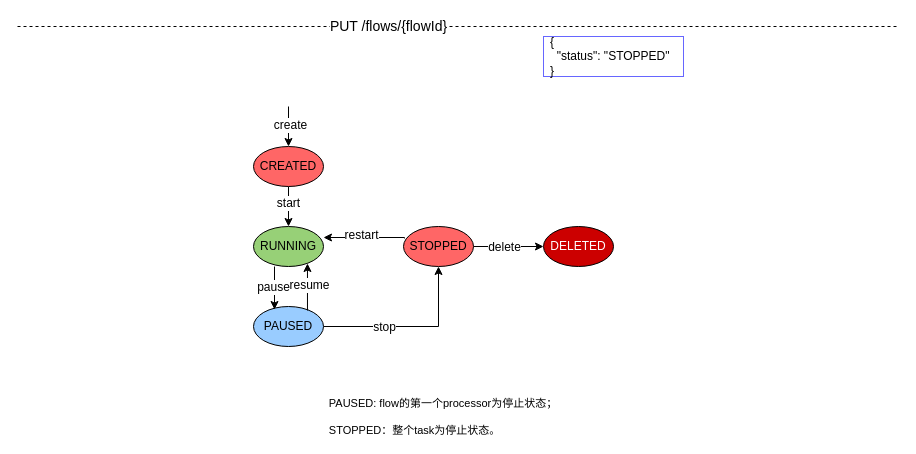
The draw.io diagram page "状态转换" (12 of 13) of 自助式接入.drawio in dophinlife/drawio, before the edit. Source tidied: cells renumbered, new cells numbered last; positions are measured from the earlier drawing's top-left corner, leaving out a move shared by most shapes. Both pictures are drawn from the tidied source at 100%, with x=0, y=0 at pixel (17, 26).
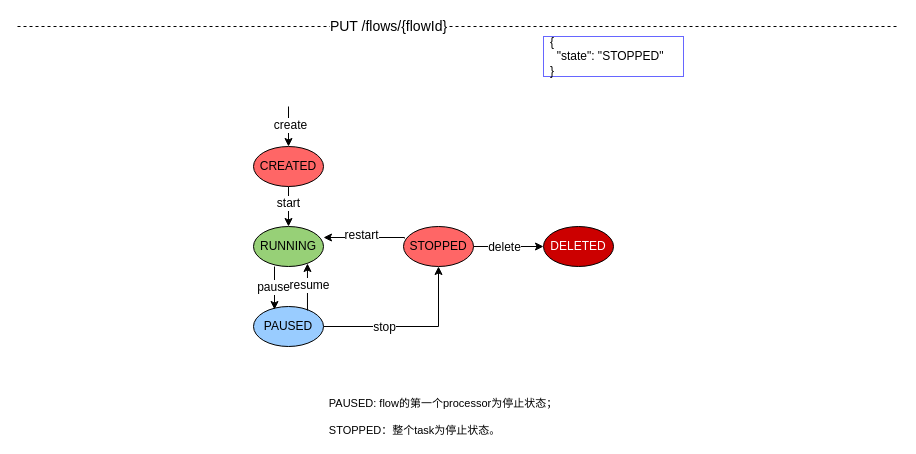
The same diagram, later.

The change refers to these unchanged cells:
```xml
<mxCell id="24" style="group;" parent="1" vertex="1">
  <mxGeometry x="526" y="10" width="140" height="40" as="geometry" />
</mxCell>
```

The edit, as a diff of the source:
```diff
@@
-    <mxCell id="26" value="&lt;div&gt;{&lt;/div&gt;&lt;div&gt;&amp;nbsp; &quot;status&quot;: &quot;STOPPED&quot;&lt;/div&gt;&lt;div&gt;}&lt;/div&gt;" style="text;html=1;strokeColor=none;fillColor=none;align=left;verticalAlign=middle;whiteSpace=wrap;rounded=0;" parent="24" vertex="1">
+    <mxCell id="26" value="&lt;div&gt;{&lt;/div&gt;&lt;div&gt;&amp;nbsp; &quot;state&quot;: &quot;STOPPED&quot;&lt;/div&gt;&lt;div&gt;}&lt;/div&gt;" style="text;html=1;strokeColor=none;fillColor=none;align=left;verticalAlign=middle;whiteSpace=wrap;rounded=0;" parent="24" vertex="1">
       <mxGeometry x="4.7" y="14.3" width="130.7" height="11.4" as="geometry" />
     </mxCell>
```
